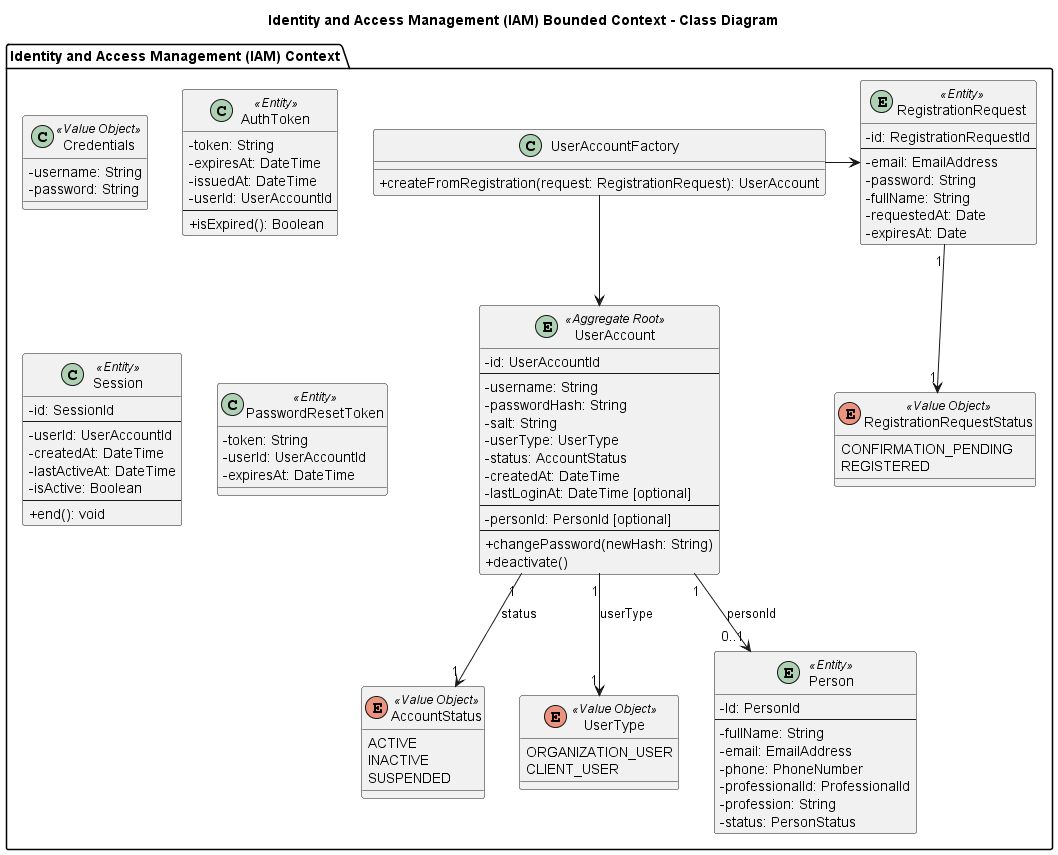
The PlantUML diagram img/chapter4/oop/iam.png in GalaxiaWonder-AppsWeb/ProjectReport, before a commit. Source of this version:
```plantuml
@startuml classDiagram
skinparam monochrome false
skinparam classAttributeIconSize 0
title Identity and Access Management (IAM) Bounded Context - Class Diagram

package "Identity and Access Management (IAM) Context" {



    entity UserAccount <<Aggregate Root>> {
        - id: UserAccountId
        --
        - username: String
        - passwordHash: String
        - salt: String
        - userType: UserType
        - status: AccountStatus
        - createdAt: DateTime
        - lastLoginAt: DateTime [optional]
        --
        - personId: PersonId [optional]
        --
        + changePassword(newHash: String)
        + deactivate()
    }

    enum AccountStatus <<Value Object>> {
        ACTIVE
        INACTIVE
        SUSPENDED
    }

    enum UserType <<Value Object>> {
        ORGANIZATION_USER
        CLIENT_USER
    }

    class Credentials <<Value Object>> {
        - username: String
        - password: String
    }

    class AuthToken <<Entity>> {
        - token: String
        - expiresAt: DateTime
        - issuedAt: DateTime
        - userId: UserAccountId
        --
        + isExpired(): Boolean
    }

    class Session <<Entity>> {
        - id: SessionId
        --
        - userId: UserAccountId
        - createdAt: DateTime
        - lastActiveAt: DateTime
        - isActive: Boolean
        --
        + end(): void
    }

    class PasswordResetToken <<Entity>> {
        - token: String
        - userId: UserAccountId
        - expiresAt: DateTime
    }

    entity RegistrationRequest <<Entity>> {
        - id: RegistrationRequestId
        --
        - email: EmailAddress
        - password: String
        - fullName: String
        - requestedAt: Date
        - expiresAt: Date
    }

    enum RegistrationRequestStatus <<Value Object>> {
        CONFIRMATION_PENDING
        REGISTERED
    }

    entity Person <<Entity>> {
        - Id: PersonId
        --
        - fullName: String
        - email: EmailAddress
        - phone: PhoneNumber
        - professionalId: ProfessionalId
        - profession: String
        - status: PersonStatus
    }

    class UserAccountFactory {
        + createFromRegistration(request: RegistrationRequest): UserAccount
    }


    UserAccount "1" --> "0..1" Person : personId
    UserAccount "1" --> "1" AccountStatus : status
    UserAccount "1" --> "1" UserType : userType

    RegistrationRequest "1" --> "1" RegistrationRequestStatus

    UserAccountFactory --> UserAccount
    UserAccountFactory -right-> RegistrationRequest


}

@enduml
```
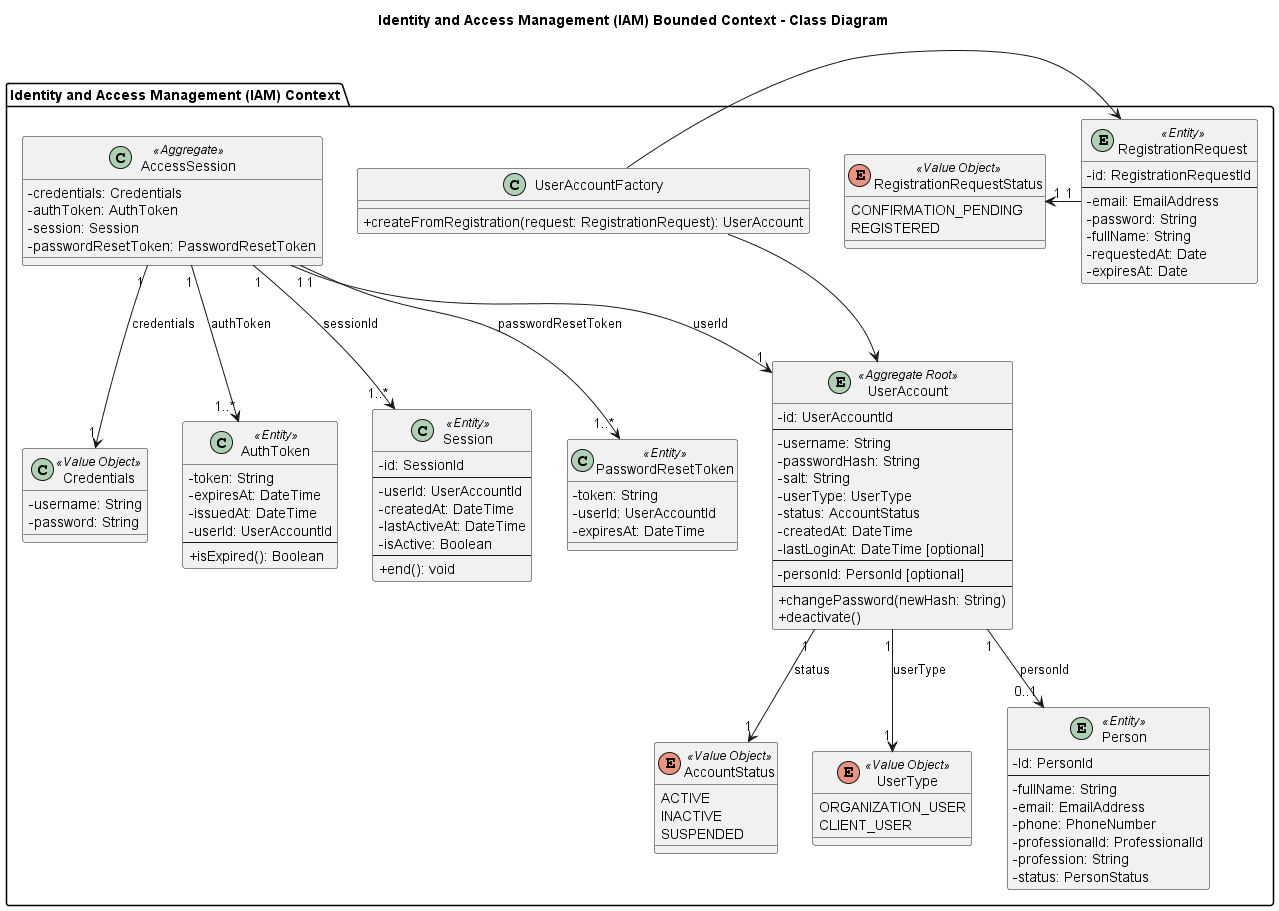
Above is the later version.

What changed in the source:
```diff
@@ -92,16 +92,28 @@
         - status: PersonStatus
     }
 
+    class AccessSession <<Aggregate>> {
+        - credentials: Credentials
+        - authToken: AuthToken
+        - session: Session
+        - passwordResetToken: PasswordResetToken
+    }
     class UserAccountFactory {
         + createFromRegistration(request: RegistrationRequest): UserAccount
     }
 
 
+    AccessSession "1" --> "1" UserAccount : userId
+    AccessSession "1" --> "1..*" AuthToken : authToken
+    AccessSession "1" --> "1..*" Session : sessionId
+    AccessSession "1" --> "1..*" PasswordResetToken : passwordResetToken
+    AccessSession "1" --> "1" Credentials : credentials
+
     UserAccount "1" --> "0..1" Person : personId
     UserAccount "1" --> "1" AccountStatus : status
     UserAccount "1" --> "1" UserType : userType
 
-    RegistrationRequest "1" --> "1" RegistrationRequestStatus
+    RegistrationRequest "1" -left-> "1" RegistrationRequestStatus
 
     UserAccountFactory --> UserAccount
     UserAccountFactory -right-> RegistrationRequest
```
